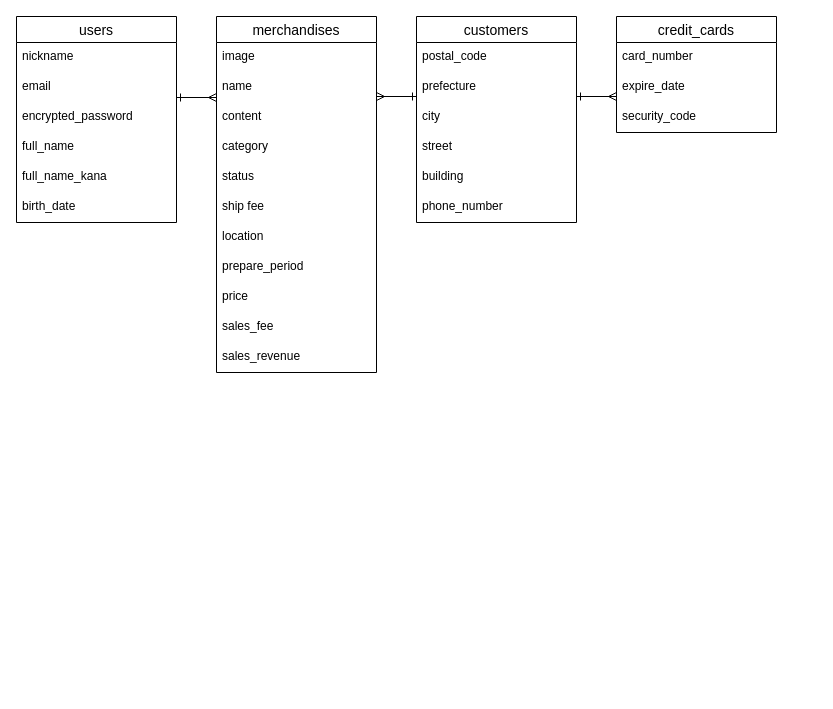
Earlier version of the draw.io diagram ER.dio (NaokiKojimaJapan/furima-40284). Source tidied: cells renumbered, new cells numbered last; positions are measured from the earlier drawing's top-left corner, leaving out a move shared by most shapes. Both pictures are drawn from the tidied source at 100%, with x=0, y=0 at pixel (16, 16).
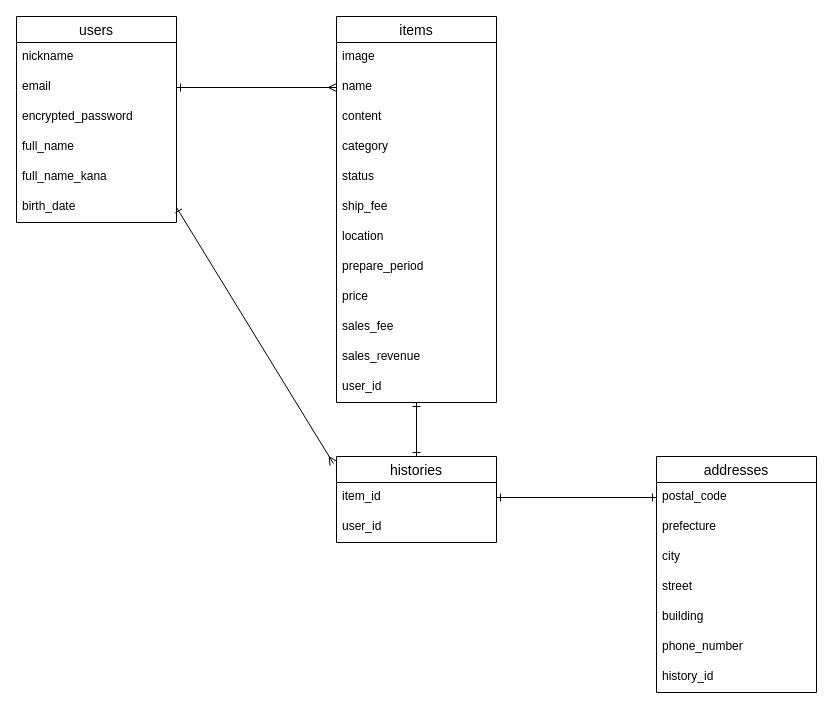
The same page after the edit.

Commit message (it also covers changes not shown here):
データベース設計

Unchanged cells that the change refers to:
```xml
<mxCell id="4" value="email" style="text;strokeColor=none;fillColor=none;spacingLeft=4;spacingRight=4;overflow=hidden;points=[[0,0.5],[1,0.5]];portConstraint=eastwest;fontSize=12;" parent="2" vertex="1">
  <mxGeometry y="56" width="160" height="30" as="geometry" />
</mxCell>
<mxCell id="8" value="birth_date" style="text;strokeColor=none;fillColor=none;spacingLeft=4;spacingRight=4;overflow=hidden;points=[[0,0.5],[1,0.5]];portConstraint=eastwest;fontSize=12;" parent="2" vertex="1">
  <mxGeometry y="176" width="160" height="30" as="geometry" />
</mxCell>
<mxCell id="10" value="postal_code" style="text;strokeColor=none;fillColor=none;spacingLeft=4;spacingRight=4;overflow=hidden;points=[[0,0.5],[1,0.5]];portConstraint=eastwest;fontSize=12;" parent="9" vertex="1">
  <mxGeometry y="26" width="160" height="30" as="geometry" />
</mxCell>
<mxCell id="18" value="name" style="text;strokeColor=none;fillColor=none;spacingLeft=4;spacingRight=4;overflow=hidden;points=[[0,0.5],[1,0.5]];portConstraint=eastwest;fontSize=12;" parent="16" vertex="1">
  <mxGeometry y="56" width="160" height="30" as="geometry" />
</mxCell>
```

What changed in the source:
```diff
@@
-    <mxCell id="9" value="customers" style="swimlane;fontStyle=0;horizontal=1;startSize=26;align=center;fontSize=14;" parent="1" vertex="1">
-      <mxGeometry x="400" width="160" height="206" as="geometry" />
+    <mxCell id="9" value="addresses" style="swimlane;fontStyle=0;horizontal=1;startSize=26;align=center;fontSize=14;" parent="1" vertex="1">
+      <mxGeometry x="640" y="440" width="160" height="236" as="geometry" />
     </mxCell>
@@
+    <mxCell id="35" value="history_id" style="text;strokeColor=none;fillColor=none;spacingLeft=4;spacingRight=4;overflow=hidden;fontSize=12;" parent="9" vertex="1">
+      <mxGeometry y="206" width="160" height="30" as="geometry" />
+    </mxCell>
-    <mxCell id="16" value="merchandises" style="swimlane;fontStyle=0;horizontal=1;startSize=26;align=center;fontSize=14;" parent="1" vertex="1">
-      <mxGeometry x="200" width="160" height="356" as="geometry" />
+    <mxCell id="16" value="items" style="swimlane;fontStyle=0;horizontal=1;startSize=26;align=center;fontSize=14;" parent="1" vertex="1">
+      <mxGeometry x="320" width="160" height="386" as="geometry" />
     </mxCell>
@@
-    <mxCell id="22" value="ship fee" style="text;strokeColor=none;fillColor=none;spacingLeft=4;spacingRight=4;overflow=hidden;fontSize=12;" parent="16" vertex="1">
+    <mxCell id="22" value="ship_fee" style="text;strokeColor=none;fillColor=none;spacingLeft=4;spacingRight=4;overflow=hidden;fontSize=12;" parent="16" vertex="1">
       <mxGeometry y="176" width="160" height="30" as="geometry" />
     </mxCell>
@@
-    <mxCell id="28" value="credit_cards" style="swimlane;fontStyle=0;horizontal=1;startSize=26;align=center;fontSize=14;" parent="1" vertex="1">
-      <mxGeometry x="600" width="160" height="116" as="geometry" />
-    </mxCell>
-    <mxCell id="29" value="card_number" style="text;strokeColor=none;fillColor=none;spacingLeft=4;spacingRight=4;overflow=hidden;fontSize=12;" parent="28" vertex="1">
-      <mxGeometry y="26" width="160" height="30" as="geometry" />
-    </mxCell>
-    <mxCell id="30" value="expire_date" style="text;strokeColor=none;fillColor=none;spacingLeft=4;spacingRight=4;overflow=hidden;fontSize=12;" parent="28" vertex="1">
-      <mxGeometry y="56" width="160" height="30" as="geometry" />
-    </mxCell>
-    <mxCell id="31" value="security_code" style="text;strokeColor=none;fillColor=none;spacingLeft=4;spacingRight=4;overflow=hidden;fontSize=12;" parent="28" vertex="1">
-      <mxGeometry y="86" width="160" height="30" as="geometry" />
-    </mxCell>
-    <mxCell id="32" style="edgeStyle=none;html=1;entryX=0;entryY=0.5;entryDx=0;entryDy=0;strokeWidth=1;startArrow=ERmany;startFill=0;endArrow=ERone;endFill=0;" parent="1" edge="1">
-      <mxGeometry relative="1" as="geometry">
-        <mxPoint x="360" y="80" as="sourcePoint" />
-        <mxPoint x="400" y="80" as="targetPoint" />
-      </mxGeometry>
-    </mxCell>
-    <mxCell id="33" style="edgeStyle=none;html=1;entryX=0;entryY=0.5;entryDx=0;entryDy=0;strokeWidth=1;startArrow=ERone;startFill=0;endArrow=ERmany;endFill=0;" parent="1" edge="1">
-      <mxGeometry relative="1" as="geometry">
-        <mxPoint x="160" y="81" as="sourcePoint" />
-        <mxPoint x="200" y="81" as="targetPoint" />
-      </mxGeometry>
-    </mxCell>
-    <mxCell id="34" style="edgeStyle=none;html=1;strokeWidth=1;startArrow=ERone;startFill=0;endArrow=ERmany;endFill=0;" parent="1" edge="1">
-      <mxGeometry relative="1" as="geometry">
-        <mxPoint x="560" y="80" as="sourcePoint" />
-        <mxPoint x="600" y="80" as="targetPoint" />
-      </mxGeometry>
-    </mxCell>
+    <mxCell id="36" value="user_id" style="text;strokeColor=none;fillColor=none;spacingLeft=4;spacingRight=4;overflow=hidden;points=[[0,0.5],[1,0.5]];portConstraint=eastwest;fontSize=12;" parent="16" vertex="1">
+      <mxGeometry y="356" width="160" height="30" as="geometry" />
+    </mxCell>
+    <mxCell id="37" value="histories" style="swimlane;fontStyle=0;horizontal=1;startSize=26;align=center;fontSize=14;" parent="1" vertex="1">
+      <mxGeometry x="320" y="440" width="160" height="86" as="geometry" />
+    </mxCell>
+    <mxCell id="38" value="item_id" style="text;strokeColor=none;fillColor=none;spacingLeft=4;spacingRight=4;overflow=hidden;points=[[0,0.5],[1,0.5]];portConstraint=eastwest;fontSize=12;" parent="37" vertex="1">
+      <mxGeometry y="26" width="160" height="30" as="geometry" />
+    </mxCell>
+    <mxCell id="39" value="user_id" style="text;strokeColor=none;fillColor=none;spacingLeft=4;spacingRight=4;overflow=hidden;fontSize=12;" parent="37" vertex="1">
+      <mxGeometry y="56" width="160" height="30" as="geometry" />
+    </mxCell>
+    <mxCell id="40" style="edgeStyle=none;html=1;exitX=1;exitY=0.5;exitDx=0;exitDy=0;entryX=0;entryY=0.5;entryDx=0;entryDy=0;endArrow=ERmany;endFill=0;startArrow=ERone;startFill=0;" parent="1" edge="1" source="4" target="18">
+      <mxGeometry relative="1" as="geometry" />
+    </mxCell>
+    <mxCell id="41" style="edgeStyle=none;sketch=0;html=1;exitX=1;exitY=0.5;exitDx=0;exitDy=0;entryX=-0.019;entryY=0.082;entryDx=0;entryDy=0;entryPerimeter=0;startArrow=ERone;startFill=0;endArrow=ERmany;endFill=0;" parent="1" edge="1" source="8" target="37">
+      <mxGeometry relative="1" as="geometry" />
+    </mxCell>
+    <mxCell id="42" style="edgeStyle=none;sketch=0;html=1;entryX=0.5;entryY=0;entryDx=0;entryDy=0;startArrow=ERone;startFill=0;endArrow=ERone;endFill=0;" parent="1" edge="1" source="36" target="37">
+      <mxGeometry relative="1" as="geometry" />
+    </mxCell>
+    <mxCell id="43" style="edgeStyle=none;html=1;entryX=0;entryY=0.5;entryDx=0;entryDy=0;endArrow=ERone;endFill=0;startArrow=ERone;startFill=0;" parent="1" edge="1" source="38" target="10">
+      <mxGeometry relative="1" as="geometry" />
+    </mxCell>
```
